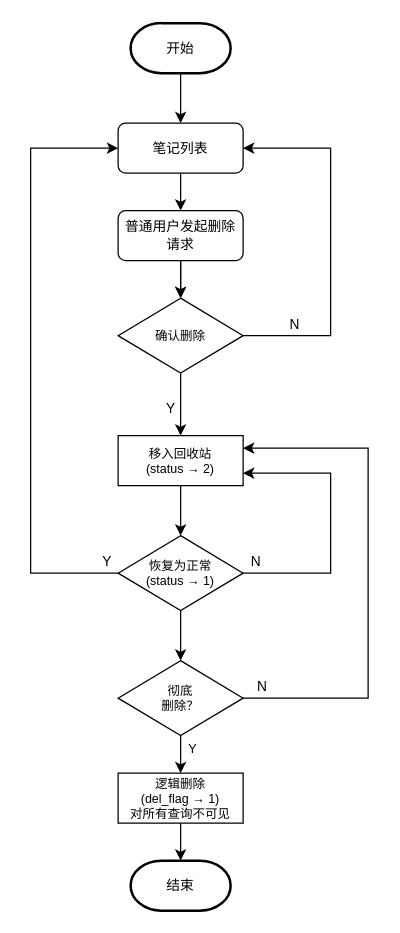
Before: page "10.笔记删除与恢复流程图" (10 of 11) of docs/design/system-design.drawio in LittleWin8/GraduationProject, a draw.io diagram. Source tidied: cells renumbered, new cells numbered last; positions are measured from the earlier drawing's top-left corner, leaving out a move shared by most shapes. Both pictures are drawn from the tidied source at 125%, with x=0, y=0 at pixel (30, 22).
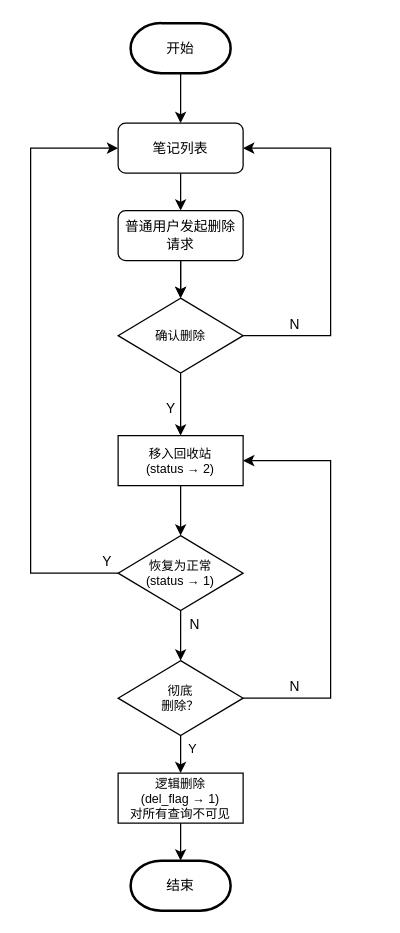
The same page after the edit.

Commit message:
fix:修复一个已知问题

Unchanged cells that the change refers to:
```xml
<mxCell id="6" value="移入回收站&#10;(status → 2)" style="rounded=0;whiteSpace=wrap;html=1;fontSize=10;" parent="1" vertex="1">
  <mxGeometry x="70" y="330" width="100" height="40" as="geometry" />
</mxCell>
<mxCell id="20" style="endArrow=classic;html=1;rounded=0;exitX=0.5;exitY=1;exitDx=0;exitDy=0;entryX=0.5;entryY=0;entryDx=0;entryDy=0;" parent="1" edge="1" source="9">
  <mxGeometry relative="1" as="geometry">
    <mxPoint x="120" y="510" as="targetPoint" />
  </mxGeometry>
</mxCell>
<mxCell id="21" value="彻底&lt;br&gt;删除？" style="rhombus;whiteSpace=wrap;html=1;fontSize=10;" parent="1" vertex="1">
  <mxGeometry x="70" y="510" width="100" height="60" as="geometry" />
</mxCell>
```

The edit, as a diff of the source:
```diff
@@
+    <mxCell id="25" value="N" style="edgeLabel;html=1;align=center;verticalAlign=middle;" parent="20" vertex="1">
+      <mxGeometry x="0.05" relative="1" as="geometry">
+        <mxPoint x="10" y="-11" as="offset" />
+      </mxGeometry>
+    </mxCell>
@@
-    <mxCell id="24" style="endArrow=classic;html=1;rounded=0;edgeStyle=orthogonalEdgeStyle;" parent="1" edge="1">
-      <mxGeometry relative="1" as="geometry">
-        <mxPoint x="170" y="440" as="sourcePoint" />
-        <mxPoint x="170" y="360" as="targetPoint" />
-        <Array as="points">
-          <mxPoint x="240" y="440" />
-          <mxPoint x="240" y="360" />
-          <mxPoint x="170" y="360" />
-        </Array>
-      </mxGeometry>
-    </mxCell>
-    <mxCell id="25" value="N" style="edgeLabel;html=1;align=center;verticalAlign=middle;" parent="24" vertex="1">
-      <mxGeometry x="-0.83" relative="1" as="geometry">
-        <mxPoint x="-10" y="-10" as="offset" />
-      </mxGeometry>
-    </mxCell>
@@
-    <mxCell id="27" style="endArrow=classic;html=1;rounded=0;exitX=1;exitY=0.5;exitDx=0;exitDy=0;edgeStyle=orthogonalEdgeStyle;" parent="1" edge="1" source="21">
+    <mxCell id="27" style="endArrow=classic;html=1;rounded=0;exitX=1;exitY=0.5;exitDx=0;exitDy=0;edgeStyle=orthogonalEdgeStyle;entryX=1;entryY=0.5;entryDx=0;entryDy=0;" parent="1" edge="1" source="21" target="6">
       <mxGeometry relative="1" as="geometry">
-        <mxPoint x="170" y="340" as="targetPoint" />
         <Array as="points">
-          <mxPoint x="270" y="540" />
-          <mxPoint x="270" y="340" />
-          <mxPoint x="170" y="340" />
+          <mxPoint x="240" y="540" />
+          <mxPoint x="240" y="350" />
         </Array>
       </mxGeometry>
     </mxCell>
     <mxCell id="28" value="N" style="edgeLabel;html=1;align=center;verticalAlign=middle;" parent="27" vertex="1">
       <mxGeometry x="-0.93" y="1" relative="1" as="geometry">
-        <mxPoint y="-9" as="offset" />
+        <mxPoint x="28" y="-9" as="offset" />
       </mxGeometry>
     </mxCell>
```
